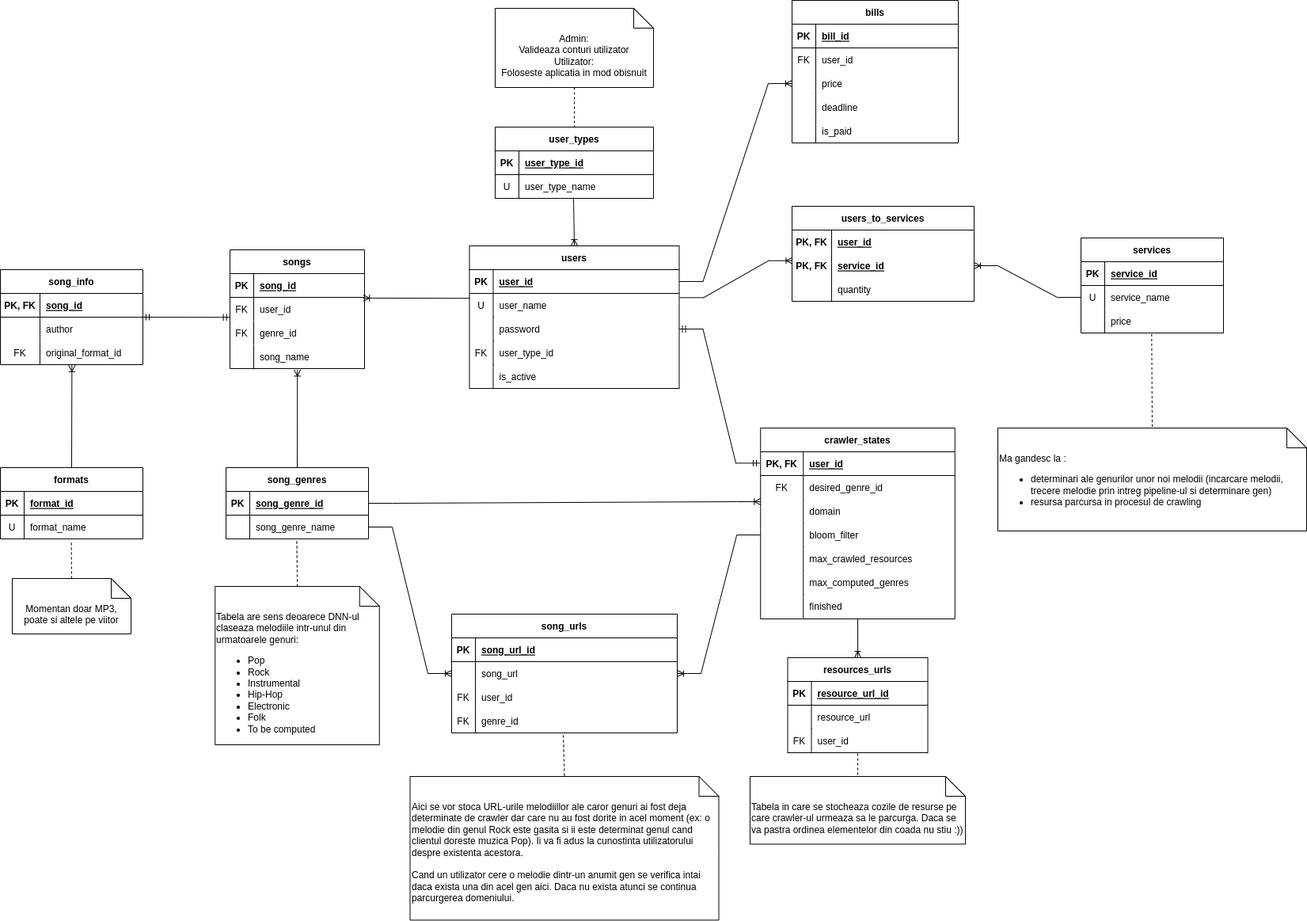
PetruBabiuc/MusicGenreComputationMicroservices keeps this draw.io diagram as diagrams/Diagrama ER.png. Above is the earlier version. Source tidied: cells renumbered, new cells last; positions are measured from the earlier drawing's top-left corner, leaving out a move shared by most shapes.
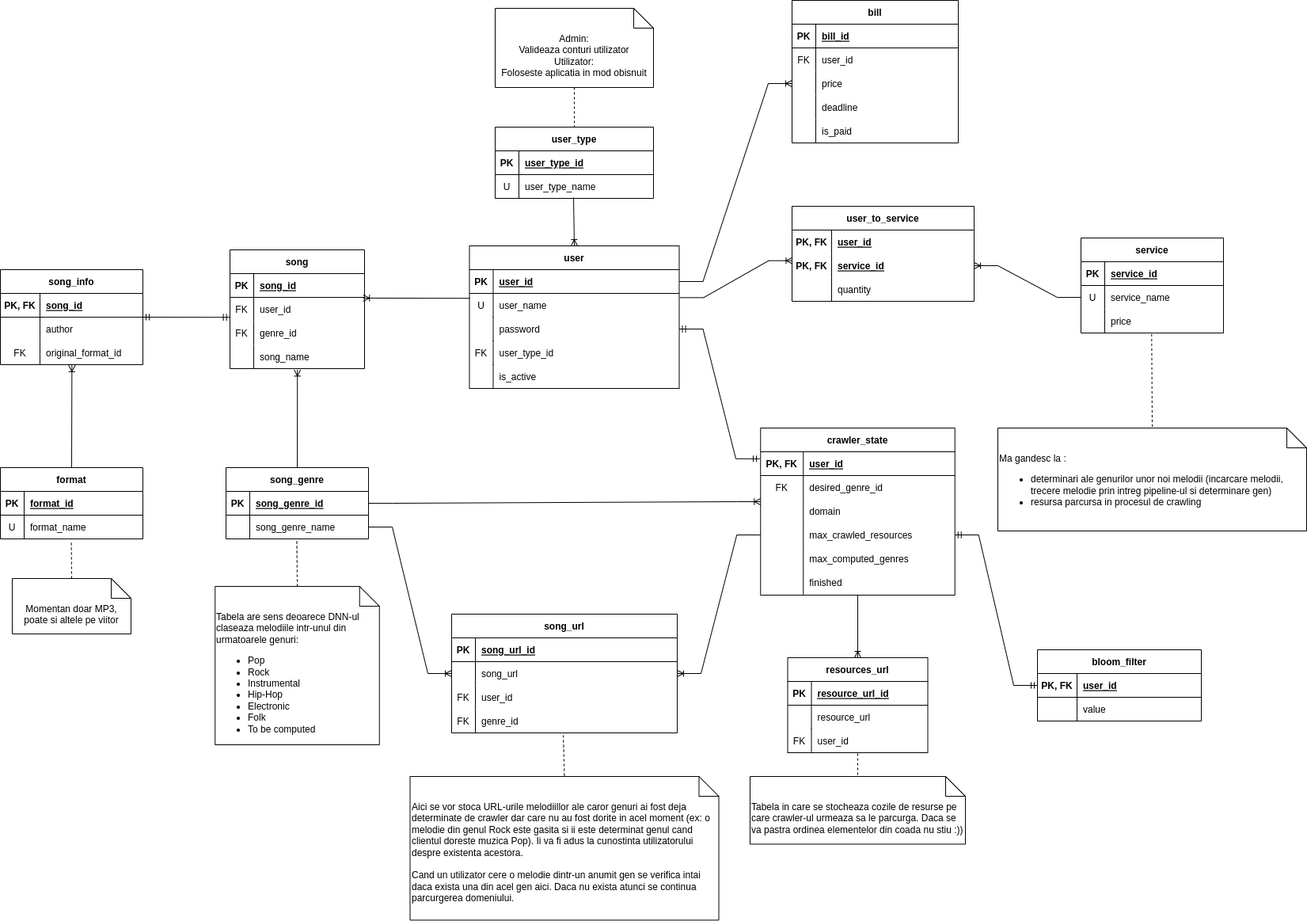
Above is the later version.

Change to the diagram source:
```diff
@@ -2,7 +2,7 @@
   <root>
     <mxCell id="0" />
     <mxCell id="1" parent="0" />
-    <mxCell id="2" value="users" style="shape=table;startSize=30;rowLines=0;fontStyle=1;align=center;" parent="1" vertex="1">
+    <mxCell id="2" value="user" style="shape=table;startSize=30;rowLines=0;fontStyle=1;align=center;" parent="1" vertex="1">
       <mxGeometry x="592.5" y="310" width="265" height="180" as="geometry" />
     </mxCell>
     <mxCell id="3" style="shape=tableRow;horizontal=0;startSize=0;swimlaneHead=0;swimlaneBody=0;fillColor=none;top=0;left=0;right=0;bottom=1;" parent="2" vertex="1">
@@ -50,7 +50,7 @@
     <mxCell id="17" value="is_active" style="shape=partialRectangle;fillColor=none;top=0;left=0;bottom=0;right=0;align=left;spacingLeft=6;overflow=hidden;" parent="15" vertex="1">
       <mxGeometry x="30" width="235" height="30" as="geometry" />
     </mxCell>
-    <mxCell id="18" value="user_types" style="shape=table;startSize=30;rowLines=0;fontStyle=1;align=center;" parent="1" vertex="1">
+    <mxCell id="18" value="user_type" style="shape=table;startSize=30;rowLines=0;fontStyle=1;align=center;" parent="1" vertex="1">
       <mxGeometry x="625" y="160" width="200" height="90" as="geometry" />
     </mxCell>
     <mxCell id="19" style="shape=tableRow;horizontal=0;startSize=0;swimlaneHead=0;swimlaneBody=0;fillColor=none;top=0;left=0;right=0;bottom=1;" parent="18" vertex="1">
@@ -71,7 +71,7 @@
     <mxCell id="24" value="user_type_name" style="shape=partialRectangle;fillColor=none;top=0;left=0;bottom=0;right=0;align=left;spacingLeft=6;overflow=hidden;" parent="22" vertex="1">
       <mxGeometry x="30" width="170" height="30" as="geometry" />
     </mxCell>
-    <mxCell id="25" value="songs" style="shape=table;startSize=30;rowLines=0;fontStyle=1;align=center;" parent="1" vertex="1">
+    <mxCell id="25" value="song" style="shape=table;startSize=30;rowLines=0;fontStyle=1;align=center;" parent="1" vertex="1">
       <mxGeometry x="290" y="315" width="170" height="150" as="geometry" />
     </mxCell>
     <mxCell id="26" style="shape=tableRow;horizontal=0;startSize=0;swimlaneHead=0;swimlaneBody=0;fillColor=none;top=0;left=0;right=0;bottom=1;" parent="25" vertex="1">
@@ -110,7 +110,7 @@
     <mxCell id="37" value="song_name" style="shape=partialRectangle;fillColor=none;top=0;left=0;bottom=0;right=0;align=left;spacingLeft=6;fontStyle=0;overflow=hidden;" parent="35" vertex="1">
       <mxGeometry x="30" width="140" height="30" as="geometry" />
     </mxCell>
-    <mxCell id="38" value="song_genres" style="shape=table;startSize=30;rowLines=0;fontStyle=1;align=center;" parent="1" vertex="1">
+    <mxCell id="38" value="song_genre" style="shape=table;startSize=30;rowLines=0;fontStyle=1;align=center;" parent="1" vertex="1">
       <mxGeometry x="285" y="590" width="180" height="90" as="geometry" />
     </mxCell>
     <mxCell id="39" style="shape=tableRow;horizontal=0;startSize=0;swimlaneHead=0;swimlaneBody=0;fillColor=none;points=[[0,0.5],[1,0.5]];portConstraint=eastwest;top=0;left=0;right=0;bottom=1;" parent="38" vertex="1">
@@ -175,7 +175,7 @@
         <mxPoint x="180" y="400" as="sourcePoint" />
       </mxGeometry>
     </mxCell>
-    <mxCell id="59" value="formats" style="shape=table;startSize=30;rowLines=0;fontStyle=1;align=center;" parent="1" vertex="1">
+    <mxCell id="59" value="format" style="shape=table;startSize=30;rowLines=0;fontStyle=1;align=center;" parent="1" vertex="1">
       <mxGeometry y="590" width="180" height="90" as="geometry" />
     </mxCell>
     <mxCell id="60" style="shape=tableRow;horizontal=0;startSize=0;swimlaneHead=0;swimlaneBody=0;fillColor=none;top=0;left=0;right=0;bottom=1;" parent="59" vertex="1">
@@ -199,7 +199,7 @@
     <mxCell id="66" style="fontSize=12;html=1;endArrow=ERoneToMany;rounded=0;exitX=0.5;exitY=0;exitDx=0;exitDy=0;entryX=0.502;entryY=1.03;entryDx=0;entryDy=0;entryPerimeter=0;" parent="1" edge="1" source="59" target="55">
       <mxGeometry relative="1" as="geometry" />
     </mxCell>
-    <mxCell id="67" value="services" style="shape=table;startSize=30;rowLines=0;fontStyle=1;align=center;" parent="1" vertex="1">
+    <mxCell id="67" value="service" style="shape=table;startSize=30;rowLines=0;fontStyle=1;align=center;" parent="1" vertex="1">
       <mxGeometry x="1365" y="300" width="180" height="120" as="geometry" />
     </mxCell>
     <mxCell id="68" style="shape=tableRow;horizontal=0;startSize=0;swimlaneHead=0;swimlaneBody=0;fillColor=none;top=0;left=0;right=0;bottom=1;" parent="67" vertex="1">
@@ -253,7 +253,7 @@
     <mxCell id="84" style="endArrow=none;dashed=1;html=1;rounded=0;exitX=0.496;exitY=1.047;exitDx=0;exitDy=0;exitPerimeter=0;entryX=0.5;entryY=0;entryDx=0;entryDy=0;entryPerimeter=0;" parent="1" edge="1" source="74" target="78">
       <mxGeometry relative="1" as="geometry" />
     </mxCell>
-    <mxCell id="85" value="users_to_services" style="shape=table;startSize=30;rowLines=0;fontStyle=1;align=center;" parent="1" vertex="1">
+    <mxCell id="85" value="user_to_service" style="shape=table;startSize=30;rowLines=0;fontStyle=1;align=center;" parent="1" vertex="1">
       <mxGeometry x="1000" y="260" width="230" height="120" as="geometry" />
     </mxCell>
     <mxCell id="86" style="shape=tableRow;horizontal=0;startSize=0;swimlaneHead=0;swimlaneBody=0;fillColor=none;top=0;left=0;right=0;bottom=0;" parent="85" vertex="1">
@@ -289,8 +289,8 @@
     <mxCell id="96" style="edgeStyle=entityRelationEdgeStyle;fontSize=12;html=1;endArrow=ERoneToMany;rounded=0;exitX=0;exitY=0.5;exitDx=0;exitDy=0;entryX=1;entryY=0.5;entryDx=0;entryDy=0;" parent="1" edge="1" source="71" target="89">
       <mxGeometry relative="1" as="geometry" />
     </mxCell>
-    <mxCell id="97" value="crawler_states" style="shape=table;startSize=30;rowLines=0;fontStyle=1;align=center;" parent="1" vertex="1">
-      <mxGeometry x="960.2" y="540" width="245.5" height="241" as="geometry" />
+    <mxCell id="97" value="crawler_state" style="shape=table;startSize=30;rowLines=0;fontStyle=1;align=center;" parent="1" vertex="1">
+      <mxGeometry x="960.2" y="540" width="245.5" height="211" as="geometry" />
     </mxCell>
     <mxCell id="98" style="shape=tableRow;horizontal=0;startSize=0;swimlaneHead=0;swimlaneBody=0;fillColor=none;top=0;left=0;right=0;bottom=1;" parent="97" vertex="1">
       <mxGeometry y="30" width="245.5" height="30" as="geometry" />
@@ -319,17 +319,8 @@
     <mxCell id="106" value="domain" style="shape=partialRectangle;fillColor=none;top=0;left=0;bottom=0;right=0;align=left;spacingLeft=6;fontStyle=0;overflow=hidden;" parent="104" vertex="1">
       <mxGeometry x="54" width="191.5" height="30" as="geometry" />
     </mxCell>
-    <mxCell id="107" style="shape=tableRow;horizontal=0;startSize=0;swimlaneHead=0;swimlaneBody=0;fillColor=none;points=[[0,0.5],[1,0.5]];portConstraint=eastwest;top=0;left=0;right=0;bottom=0;" parent="97" vertex="1">
-      <mxGeometry y="120" width="245.5" height="30" as="geometry" />
-    </mxCell>
-    <mxCell id="108" style="shape=partialRectangle;fillColor=none;top=0;left=0;bottom=0;right=0;fontStyle=0;overflow=hidden;" parent="107" vertex="1">
-      <mxGeometry width="54" height="30" as="geometry" />
-    </mxCell>
-    <mxCell id="109" value="bloom_filter" style="shape=partialRectangle;fillColor=none;top=0;left=0;bottom=0;right=0;align=left;spacingLeft=6;fontStyle=0;overflow=hidden;" parent="107" vertex="1">
-      <mxGeometry x="54" width="191.5" height="30" as="geometry" />
-    </mxCell>
     <mxCell id="110" style="shape=tableRow;horizontal=0;startSize=0;swimlaneHead=0;swimlaneBody=0;fillColor=none;top=0;left=0;right=0;bottom=0;" parent="97" vertex="1">
-      <mxGeometry y="150" width="245.5" height="30" as="geometry" />
+      <mxGeometry y="120" width="245.5" height="30" as="geometry" />
     </mxCell>
     <mxCell id="111" style="shape=partialRectangle;fillColor=none;top=0;left=0;bottom=0;right=0;overflow=hidden;" parent="110" vertex="1">
       <mxGeometry width="54" height="30" as="geometry" />
@@ -338,7 +329,7 @@
       <mxGeometry x="54" width="191.5" height="30" as="geometry" />
     </mxCell>
     <mxCell id="113" style="shape=tableRow;horizontal=0;startSize=0;swimlaneHead=0;swimlaneBody=0;fillColor=none;top=0;left=0;right=0;bottom=0;" parent="97" vertex="1">
-      <mxGeometry y="180" width="245.5" height="30" as="geometry" />
+      <mxGeometry y="150" width="245.5" height="30" as="geometry" />
     </mxCell>
     <mxCell id="114" style="shape=partialRectangle;fillColor=none;top=0;left=0;bottom=0;right=0;overflow=hidden;" parent="113" vertex="1">
       <mxGeometry width="54" height="30" as="geometry" />
@@ -347,7 +338,7 @@
       <mxGeometry x="54" width="191.5" height="30" as="geometry" />
     </mxCell>
     <mxCell id="116" style="shape=tableRow;horizontal=0;startSize=0;swimlaneHead=0;swimlaneBody=0;fillColor=none;top=0;left=0;right=0;bottom=0;" parent="97" vertex="1">
-      <mxGeometry y="210" width="245.5" height="30" as="geometry" />
+      <mxGeometry y="180" width="245.5" height="30" as="geometry" />
     </mxCell>
     <mxCell id="117" style="shape=partialRectangle;fillColor=none;top=0;left=0;bottom=0;right=0;overflow=hidden;" parent="116" vertex="1">
       <mxGeometry width="54" height="30" as="geometry" />
@@ -361,7 +352,7 @@
     <mxCell id="120" style="edgeStyle=entityRelationEdgeStyle;fontSize=12;html=1;endArrow=ERoneToMany;rounded=0;exitX=1;exitY=0.5;exitDx=0;exitDy=0;entryX=0;entryY=1.1;entryDx=0;entryDy=0;entryPerimeter=0;" parent="1" edge="1" source="39" target="101">
       <mxGeometry relative="1" as="geometry" />
     </mxCell>
-    <mxCell id="121" value="song_urls" style="shape=table;startSize=30;rowLines=0;fontStyle=1;align=center;" parent="1" vertex="1">
+    <mxCell id="121" value="song_url" style="shape=table;startSize=30;rowLines=0;fontStyle=1;align=center;" parent="1" vertex="1">
       <mxGeometry x="570" y="775" width="285" height="150" as="geometry" />
     </mxCell>
     <mxCell id="122" style="shape=tableRow;horizontal=0;startSize=0;swimlaneHead=0;swimlaneBody=0;fillColor=none;top=0;left=0;right=0;bottom=1;" parent="121" vertex="1">
@@ -400,13 +391,15 @@
     <mxCell id="133" value="genre_id" style="shape=partialRectangle;fillColor=none;top=0;left=0;bottom=0;right=0;align=left;spacingLeft=6;fontStyle=0;overflow=hidden;" parent="131" vertex="1">
       <mxGeometry x="30" width="255" height="30" as="geometry" />
     </mxCell>
-    <mxCell id="134" style="edgeStyle=entityRelationEdgeStyle;fontSize=12;html=1;endArrow=none;startArrow=ERoneToMany;rounded=0;exitX=1;exitY=0.5;exitDx=0;exitDy=0;entryX=0;entryY=0.5;entryDx=0;entryDy=0;startFill=0;endFill=0;" parent="1" edge="1" source="125" target="107">
-      <mxGeometry relative="1" as="geometry" />
+    <mxCell id="134" style="edgeStyle=entityRelationEdgeStyle;fontSize=12;html=1;endArrow=none;startArrow=ERoneToMany;rounded=0;exitX=1;exitY=0.5;exitDx=0;exitDy=0;entryX=0;entryY=0.5;entryDx=0;entryDy=0;startFill=0;endFill=0;" parent="1" edge="1" source="125">
+      <mxGeometry relative="1" as="geometry">
+        <mxPoint x="960.2" y="675" as="targetPoint" />
+      </mxGeometry>
     </mxCell>
     <mxCell id="135" style="edgeStyle=entityRelationEdgeStyle;fontSize=12;html=1;endArrow=ERoneToMany;endFill=0;rounded=0;exitX=1;exitY=0.5;exitDx=0;exitDy=0;entryX=0;entryY=0.5;entryDx=0;entryDy=0;" parent="1" edge="1" source="42" target="125">
       <mxGeometry relative="1" as="geometry" />
     </mxCell>
-    <mxCell id="136" value="resources_urls" style="shape=table;startSize=30;rowLines=0;fontStyle=1;align=center;" parent="1" vertex="1">
+    <mxCell id="136" value="resources_url" style="shape=table;startSize=30;rowLines=0;fontStyle=1;align=center;" parent="1" vertex="1">
       <mxGeometry x="994.5" y="830" width="177" height="120" as="geometry" />
     </mxCell>
     <mxCell id="137" style="shape=tableRow;horizontal=0;startSize=0;swimlaneHead=0;swimlaneBody=0;fillColor=none;top=0;left=0;right=0;bottom=1;" parent="136" vertex="1">
@@ -439,7 +432,7 @@
     <mxCell id="146" style="fontSize=12;html=1;endArrow=ERoneToMany;rounded=0;exitX=0.5;exitY=1;exitDx=0;exitDy=0;entryX=0.5;entryY=0;entryDx=0;entryDy=0;endFill=0;" parent="1" edge="1" source="97" target="136">
       <mxGeometry relative="1" as="geometry" />
     </mxCell>
-    <mxCell id="147" value="bills" style="shape=table;startSize=30;rowLines=0;fontStyle=1;align=center;" parent="1" vertex="1">
+    <mxCell id="147" value="bill" style="shape=table;startSize=30;rowLines=0;fontStyle=1;align=center;" parent="1" vertex="1">
       <mxGeometry x="1000" width="210" height="180" as="geometry" />
     </mxCell>
     <mxCell id="148" style="shape=tableRow;horizontal=0;startSize=0;swimlaneHead=0;swimlaneBody=0;fillColor=none;top=0;left=0;right=0;bottom=1;" parent="147" vertex="1">
@@ -502,5 +495,31 @@
     <mxCell id="167" style="endArrow=none;dashed=1;html=1;rounded=0;exitX=0.495;exitY=1.1;exitDx=0;exitDy=0;exitPerimeter=0;entryX=0.5;entryY=0;entryDx=0;entryDy=0;entryPerimeter=0;" parent="1" edge="1" source="131" target="166">
       <mxGeometry relative="1" as="geometry" />
     </mxCell>
+    <mxCell id="109" value="bloom_filter" style="shape=table;startSize=30;rowLines=0;fontStyle=1;align=center;" parent="1" vertex="1">
+      <mxGeometry x="1310" y="820" width="207" height="90" as="geometry" />
+    </mxCell>
+    <mxCell id="168" style="shape=tableRow;horizontal=0;startSize=0;swimlaneHead=0;swimlaneBody=0;fillColor=none;points=[[0,0.5],[1,0.5]];portConstraint=eastwest;top=0;left=0;right=0;bottom=1;" parent="109" vertex="1">
+      <mxGeometry y="30" width="207" height="30" as="geometry" />
+    </mxCell>
+    <mxCell id="169" value="PK, FK" style="shape=partialRectangle;fillColor=none;top=0;left=0;bottom=0;right=0;fontStyle=1;overflow=hidden;" parent="168" vertex="1">
+      <mxGeometry width="50" height="30" as="geometry" />
+    </mxCell>
+    <mxCell id="170" value="user_id" style="shape=partialRectangle;fillColor=none;top=0;left=0;bottom=0;right=0;align=left;spacingLeft=6;fontStyle=5;overflow=hidden;" parent="168" vertex="1">
+      <mxGeometry x="50" width="157" height="30" as="geometry" />
+    </mxCell>
+    <mxCell id="171" style="shape=tableRow;horizontal=0;startSize=0;swimlaneHead=0;swimlaneBody=0;fillColor=none;top=0;left=0;right=0;bottom=0;" parent="109" vertex="1">
+      <mxGeometry y="60" width="207" height="30" as="geometry" />
+    </mxCell>
+    <mxCell id="172" style="shape=partialRectangle;fillColor=none;top=0;left=0;bottom=0;right=0;overflow=hidden;" parent="171" vertex="1">
+      <mxGeometry width="50" height="30" as="geometry" />
+    </mxCell>
+    <mxCell id="173" value="value" style="shape=partialRectangle;fillColor=none;top=0;left=0;bottom=0;right=0;align=left;spacingLeft=6;overflow=hidden;" parent="171" vertex="1">
+      <mxGeometry x="50" width="157" height="30" as="geometry" />
+    </mxCell>
+    <mxCell id="174" style="edgeStyle=entityRelationEdgeStyle;fontSize=12;html=1;endArrow=ERmandOne;startArrow=ERmandOne;rounded=0;entryX=0;entryY=0.5;entryDx=0;entryDy=0;exitX=1;exitY=0.5;exitDx=0;exitDy=0;" parent="1" edge="1" target="168">
+      <mxGeometry relative="1" as="geometry">
+        <mxPoint x="1205.8" y="675" as="sourcePoint" />
+      </mxGeometry>
+    </mxCell>
   </root>
 </mxGraphModel>
```
